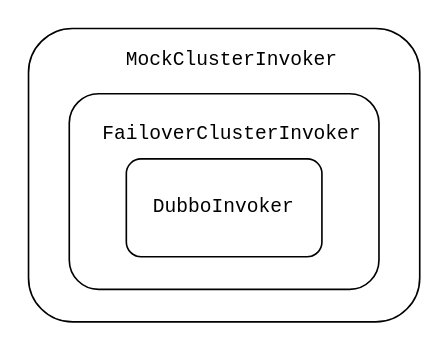
Before: dubbo/dubbo集群容错策略.drawio in erlieStar/diagrams, a draw.io diagram. Source tidied: cells renumbered, new cells numbered last; positions are measured from the earlier drawing's top-left corner, leaving out a move shared by most shapes. Both pictures are drawn from the tidied source at 163%, with x=0, y=0 at pixel (28, 28).
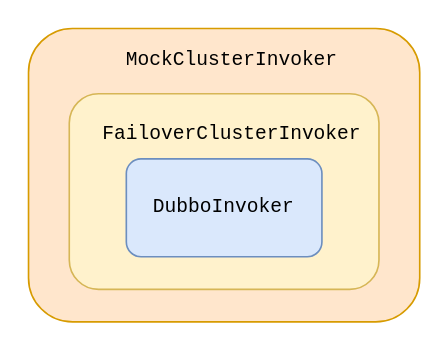
Above is the later version.

Commit message (it also covers changes not shown here):
Update dubbo集群容错策略.drawio

The edit, as a diff of the source:
```diff
@@
 <mxGraphModel>
   <root>
     <mxCell id="0" />
     <mxCell id="1" parent="0" />
-    <mxCell id="2" style="rounded=1;whiteSpace=wrap;html=1;" parent="1" vertex="1">
+    <mxCell id="2" style="rounded=1;whiteSpace=wrap;html=1;fillColor=#ffe6cc;strokeColor=#d79b00;" parent="1" vertex="1">
       <mxGeometry width="240" height="180" as="geometry" />
     </mxCell>
-    <mxCell id="3" value="&lt;pre&gt;&lt;br&gt;&lt;/pre&gt;" style="rounded=1;whiteSpace=wrap;html=1;" parent="1" vertex="1">
+    <mxCell id="3" value="&lt;pre&gt;&lt;br&gt;&lt;/pre&gt;" style="rounded=1;whiteSpace=wrap;html=1;fillColor=#fff2cc;strokeColor=#d6b656;" parent="1" vertex="1">
       <mxGeometry x="25" y="40" width="190" height="120" as="geometry" />
     </mxCell>
-    <mxCell id="4" value="&lt;pre&gt;DubboInvoker&lt;/pre&gt;" style="rounded=1;whiteSpace=wrap;html=1;" parent="1" vertex="1">
+    <mxCell id="4" value="&lt;pre&gt;DubboInvoker&lt;/pre&gt;" style="rounded=1;whiteSpace=wrap;html=1;fillColor=#dae8fc;strokeColor=#6c8ebf;" parent="1" vertex="1">
       <mxGeometry x="60" y="80" width="120" height="60" as="geometry" />
     </mxCell>
     <mxCell id="5" value="&lt;pre&gt;FailoverClusterInvoker&lt;/pre&gt;" style="text;html=1;strokeColor=none;fillColor=none;align=center;verticalAlign=middle;whiteSpace=wrap;rounded=0;" parent="1" vertex="1">
       <mxGeometry x="30" y="50" width="190" height="30" as="geometry" />
     </mxCell>
     <mxCell id="6" value="&lt;pre&gt;MockClusterInvoker&lt;/pre&gt;" style="text;html=1;strokeColor=none;fillColor=none;align=center;verticalAlign=middle;whiteSpace=wrap;rounded=0;" parent="1" vertex="1">
       <mxGeometry x="105" y="10" width="40" height="20" as="geometry" />
     </mxCell>
   </root>
 </mxGraphModel>
```
